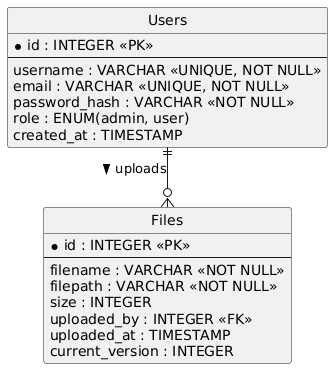
Before: docs/backend/file_operations_module/files_table.png, a diagram exported from PlantUML (Krecikkko/cloud-storage-platform). Source of this version:
```plantuml
@startuml
hide circle
skinparam linetype ortho

entity "Users" as Users {
  *id : INTEGER <<PK>>
  --
  username : VARCHAR <<UNIQUE, NOT NULL>>
  email : VARCHAR <<UNIQUE, NOT NULL>>
  password_hash : VARCHAR <<NOT NULL>>
  role : ENUM(admin, user)
  created_at : TIMESTAMP
}

entity "Files" as Files {
  *id : INTEGER <<PK>>
  --
  filename : VARCHAR <<NOT NULL>>
  filepath : VARCHAR <<NOT NULL>>
  size : INTEGER
  uploaded_by : INTEGER <<FK>>
  uploaded_at : TIMESTAMP
  current_version : INTEGER
}

Users ||--o{ Files : "uploads >"
@enduml
```
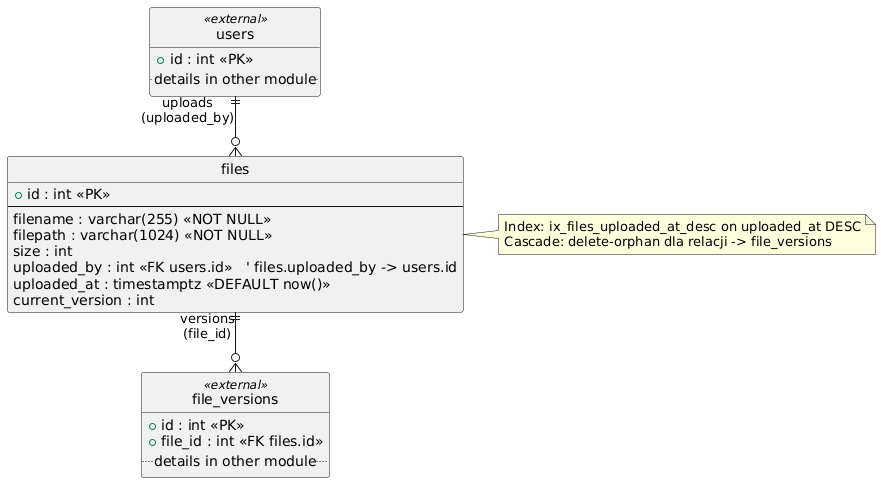
After the commit.

Commit message:
[Backend > Files] Updated schema

Diff of the diagram source:
```diff
@@ -2,26 +2,34 @@
 hide circle
 skinparam linetype ortho
 
-entity "Users" as Users {
-  *id : INTEGER <<PK>>
+entity "files" as files {
+  + id : int <<PK>>
   --
-  username : VARCHAR <<UNIQUE, NOT NULL>>
-  email : VARCHAR <<UNIQUE, NOT NULL>>
-  password_hash : VARCHAR <<NOT NULL>>
-  role : ENUM(admin, user)
-  created_at : TIMESTAMP
+  filename : varchar(255) <<NOT NULL>>
+  filepath : varchar(1024) <<NOT NULL>>
+  size : int
+  uploaded_by : int <<FK users.id>>   ' files.uploaded_by -> users.id
+  uploaded_at : timestamptz <<DEFAULT now()>>
+  current_version : int
 }
 
-entity "Files" as Files {
-  *id : INTEGER <<PK>>
-  --
-  filename : VARCHAR <<NOT NULL>>
-  filepath : VARCHAR <<NOT NULL>>
-  size : INTEGER
-  uploaded_by : INTEGER <<FK>>
-  uploaded_at : TIMESTAMP
-  current_version : INTEGER
+entity "users" as users <<external>> {
+  + id : int <<PK>>
+  ..details in other module..
 }
 
-Users ||--o{ Files : "uploads >"
+entity "file_versions" as file_versions <<external>> {
+  + id : int <<PK>>
+  + file_id : int <<FK files.id>>
+  ..details in other module..
+}
+
+users ||--o{ files : uploads\n(uploaded_by)
+
+files ||--o{ file_versions : versions\n(file_id)
+
+note right of files
+  Index: ix_files_uploaded_at_desc on uploaded_at DESC
+  Cascade: delete-orphan dla relacji -> file_versions
+end note
 @enduml
```
